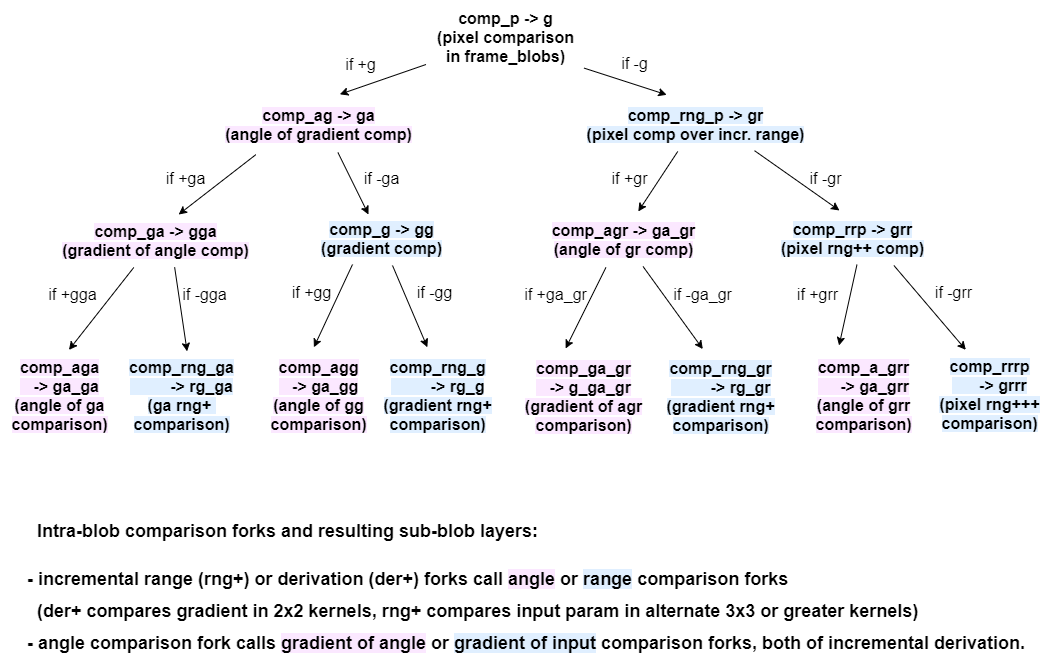
boris-kz/CogAlg keeps this draw.io diagram as frame_2D_alg/Illustrations/intra_blob_forking_scheme.png. Above is the earlier version. Source tidied: cells renumbered, new cells last; positions are measured from the earlier drawing's top-left corner, leaving out a move shared by most shapes.
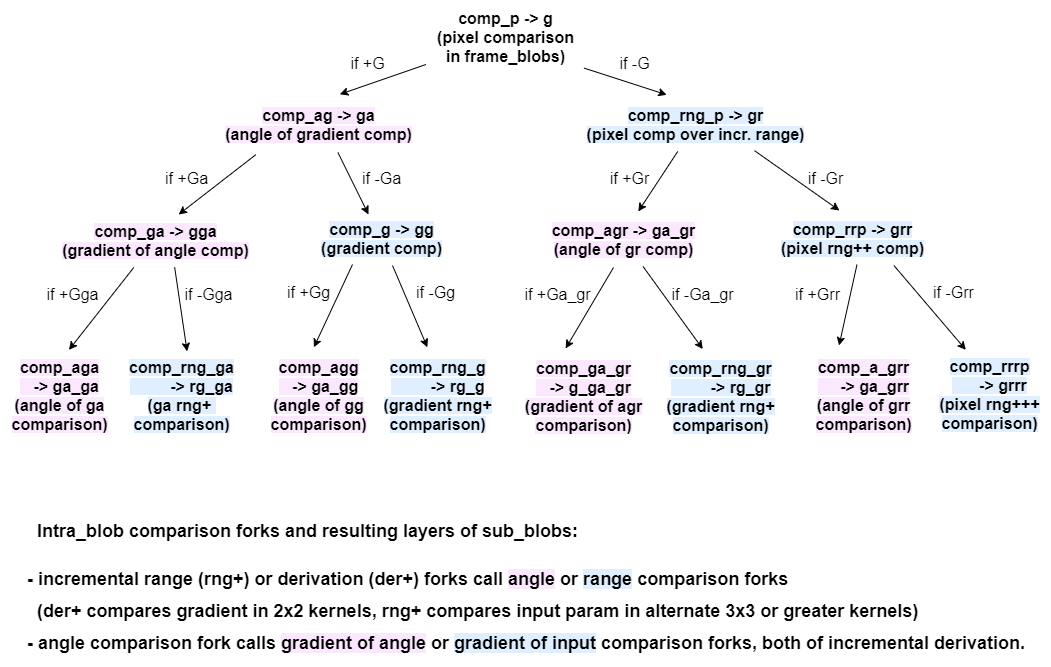
The same file after the commit.

Commit message:
reformed intra_blob, various

What changed in the source:
```diff
@@ -8,9 +8,9 @@
     <mxCell id="3" style="endArrow=classic;html=1;entryX=0.602;entryY=-0.059;entryDx=0;entryDy=0;entryPerimeter=0;strokeWidth=1;fontSize=16;fontColor=#000000;spacing=6;" parent="1" edge="1" source="2" target="7">
       <mxGeometry relative="1" as="geometry" />
     </mxCell>
-    <mxCell id="4" value="if +g" style="text;html=1;align=center;verticalAlign=middle;labelBackgroundColor=#ffffff;fontSize=16;fontColor=#000000;" parent="3" vertex="1">
+    <mxCell id="4" value="if +G" style="text;html=1;align=center;verticalAlign=middle;labelBackgroundColor=#ffffff;fontSize=16;fontColor=#000000;" parent="3" vertex="1">
       <mxGeometry x="-0.15" y="-1" relative="1" as="geometry">
-        <mxPoint x="-28.4" y="-12.7" as="offset" />
+        <mxPoint x="-21.9" y="-13.1" as="offset" />
       </mxGeometry>
     </mxCell>
     <mxCell id="5" style="endArrow=classic;html=1;entryX=0.38;entryY=-0.05;entryDx=0;entryDy=0;entryPerimeter=0;strokeWidth=1;fontSize=16;fontColor=#000000;spacing=6;exitX=0.994;exitY=0.926;exitDx=0;exitDy=0;exitPerimeter=0;" parent="1" edge="1" source="2" target="6">
@@ -68,8 +68,10 @@
     <mxCell id="21" style="endArrow=classic;html=1;strokeWidth=1;fontSize=16;fontColor=#000000;spacing=6;entryX=0.422;entryY=-0.022;entryDx=0;entryDy=0;entryPerimeter=0;" parent="1" edge="1" source="11" target="27">
       <mxGeometry relative="1" as="geometry" />
     </mxCell>
-    <mxCell id="22" style="endArrow=classic;html=1;strokeWidth=1;fontSize=16;fontColor=#000000;spacing=6;entryX=0.375;entryY=-0.022;entryDx=0;entryDy=0;entryPerimeter=0;exitX=0.394;exitY=1.019;exitDx=0;exitDy=0;exitPerimeter=0;" parent="1" edge="1" source="13" target="28">
-      <mxGeometry relative="1" as="geometry" />
+    <mxCell id="22" style="endArrow=classic;html=1;strokeWidth=1;fontSize=16;fontColor=#000000;spacing=6;entryX=0.375;entryY=-0.022;entryDx=0;entryDy=0;entryPerimeter=0;" parent="1" edge="1" target="28">
+      <mxGeometry relative="1" as="geometry">
+        <mxPoint x="613" y="267" as="sourcePoint" />
+      </mxGeometry>
     </mxCell>
     <mxCell id="23" style="endArrow=classic;html=1;strokeWidth=1;fontSize=16;fontColor=#000000;entryX=0.364;entryY=-0.013;entryDx=0;entryDy=0;entryPerimeter=0;spacing=6;" parent="1" edge="1" source="13" target="29">
       <mxGeometry relative="1" as="geometry" />
@@ -98,47 +100,47 @@
     <mxCell id="31" value="&lt;b style=&quot;font-size: 16px&quot;&gt;&lt;font style=&quot;font-size: 16px&quot;&gt;&lt;span style=&quot;background-color: rgb(224 , 239 , 255) ; font-size: 16px&quot;&gt;comp_rrrp&lt;br&gt;&amp;nbsp; &amp;nbsp; &amp;nbsp; -&amp;gt; grrr&lt;br style=&quot;font-size: 16px&quot;&gt;(pixel rng+++&lt;br&gt;comparison)&lt;br style=&quot;font-size: 16px&quot;&gt;&lt;/span&gt;&lt;br style=&quot;font-size: 16px&quot;&gt;&lt;/font&gt;&lt;/b&gt;" style="text;html=1;align=center;verticalAlign=middle;points=[];strokeWidth=1;fontSize=16;fontColor=#000000;spacing=6;" parent="1" vertex="1">
       <mxGeometry x="928" y="348.8" width="122" height="111" as="geometry" />
     </mxCell>
-    <mxCell id="32" value="&lt;p&gt;&lt;b style=&quot;font-size: 18px&quot;&gt;&lt;font style=&quot;font-size: 18px ; line-height: 180%&quot;&gt;&amp;nbsp; Intra-blob comparison forks and resulting sub-blob layers: &lt;/font&gt;&lt;/b&gt;&lt;/p&gt;&lt;b style=&quot;font-size: 18px&quot;&gt;&lt;font style=&quot;font-size: 18px ; line-height: 180%&quot;&gt;- incremental range (rng+) or derivation (der+) forks call&amp;nbsp;&lt;span style=&quot;background-color: rgb(251 , 232 , 255)&quot;&gt;angle&lt;/span&gt;&amp;nbsp;or&amp;nbsp;&lt;span style=&quot;background-color: rgb(224 , 239 , 255)&quot;&gt;range&lt;/span&gt;&lt;span style=&quot;background-color: rgb(255 , 255 , 255)&quot;&gt;&lt;span&gt;&amp;nbsp;comparison forks&lt;br&gt;&amp;nbsp; (der+ compares gradient in 2x2 kernels, rng+ compares input param in alternate 3x3 or greater kernels)&amp;nbsp;&lt;br&gt;&lt;/span&gt;&lt;/span&gt;- angle comparison fork calls&amp;nbsp;&lt;span style=&quot;background-color: rgb(251 , 232 , 255)&quot;&gt;gradient of angle&lt;/span&gt;&amp;nbsp;or&amp;nbsp;&lt;span style=&quot;background-color: rgb(224 , 239 , 255)&quot;&gt;gradient of input&lt;/span&gt;&amp;nbsp;comparison forks, both of incremental derivation.&lt;/font&gt;&lt;/b&gt;" style="text;html=1;align=left;verticalAlign=middle;fontSize=16;fontColor=#000000;spacing=6;" parent="1" vertex="1">
+    <mxCell id="32" value="&lt;p&gt;&lt;b style=&quot;font-size: 18px&quot;&gt;&lt;font style=&quot;font-size: 18px ; line-height: 180%&quot;&gt;&amp;nbsp; Intra_blob comparison forks and resulting layers of sub_blobs:&amp;nbsp;&lt;/font&gt;&lt;/b&gt;&lt;/p&gt;&lt;b style=&quot;font-size: 18px&quot;&gt;&lt;font style=&quot;font-size: 18px ; line-height: 180%&quot;&gt;- incremental range (rng+) or derivation (der+) forks call&amp;nbsp;&lt;span style=&quot;background-color: rgb(251 , 232 , 255)&quot;&gt;angle&lt;/span&gt;&amp;nbsp;or&amp;nbsp;&lt;span style=&quot;background-color: rgb(224 , 239 , 255)&quot;&gt;range&lt;/span&gt;&lt;span style=&quot;background-color: rgb(255 , 255 , 255)&quot;&gt;&lt;span&gt;&amp;nbsp;comparison forks&lt;br&gt;&amp;nbsp; (der+ compares gradient in 2x2 kernels, rng+ compares input param in alternate 3x3 or greater kernels)&amp;nbsp;&lt;br&gt;&lt;/span&gt;&lt;/span&gt;- angle comparison fork calls&amp;nbsp;&lt;span style=&quot;background-color: rgb(251 , 232 , 255)&quot;&gt;gradient of angle&lt;/span&gt;&amp;nbsp;or&amp;nbsp;&lt;span style=&quot;background-color: rgb(224 , 239 , 255)&quot;&gt;gradient of input&lt;/span&gt;&amp;nbsp;comparison forks, both of incremental derivation.&lt;/font&gt;&lt;/b&gt;" style="text;html=1;align=left;verticalAlign=middle;fontSize=16;fontColor=#000000;spacing=6;" parent="1" vertex="1">
       <mxGeometry x="21" y="490" width="1020" height="176" as="geometry" />
     </mxCell>
-    <mxCell id="33" value="if -g" style="text;html=1;align=center;verticalAlign=middle;fontSize=16;" parent="1" vertex="1">
-      <mxGeometry x="615" y="51" width="37" height="23" as="geometry" />
+    <mxCell id="33" value="if -G" style="text;html=1;align=center;verticalAlign=middle;fontSize=16;" parent="1" vertex="1">
+      <mxGeometry x="614" y="51" width="40" height="23" as="geometry" />
     </mxCell>
-    <mxCell id="34" value="if +ga" style="text;html=1;align=center;verticalAlign=middle;fontSize=16;" parent="1" vertex="1">
-      <mxGeometry x="160" y="166" width="50" height="23" as="geometry" />
+    <mxCell id="34" value="if +Ga" style="text;html=1;align=center;verticalAlign=middle;fontSize=16;" parent="1" vertex="1">
+      <mxGeometry x="159" y="166" width="53" height="23" as="geometry" />
     </mxCell>
-    <mxCell id="35" value="if -ga" style="text;html=1;align=center;verticalAlign=middle;fontSize=16;" parent="1" vertex="1">
-      <mxGeometry x="357.5" y="166" width="46" height="23" as="geometry" />
+    <mxCell id="35" value="if -Ga" style="text;html=1;align=center;verticalAlign=middle;fontSize=16;" parent="1" vertex="1">
+      <mxGeometry x="356.5" y="166" width="49" height="23" as="geometry" />
     </mxCell>
-    <mxCell id="36" value="if +gr" style="text;html=1;align=center;verticalAlign=middle;fontSize=16;" parent="1" vertex="1">
-      <mxGeometry x="606" y="166" width="46" height="23" as="geometry" />
+    <mxCell id="36" value="if +Gr" style="text;html=1;align=center;verticalAlign=middle;fontSize=16;" parent="1" vertex="1">
+      <mxGeometry x="604" y="166" width="50" height="23" as="geometry" />
     </mxCell>
-    <mxCell id="37" value="if -gr" style="text;html=1;align=center;verticalAlign=middle;fontSize=16;" parent="1" vertex="1">
-      <mxGeometry x="804" y="166" width="42" height="23" as="geometry" />
+    <mxCell id="37" value="if -Gr" style="text;html=1;align=center;verticalAlign=middle;fontSize=16;" parent="1" vertex="1">
+      <mxGeometry x="802" y="166" width="46" height="23" as="geometry" />
     </mxCell>
-    <mxCell id="38" value="if +gga" style="text;html=1;align=center;verticalAlign=middle;fontSize=16;" parent="1" vertex="1">
-      <mxGeometry x="43" y="282" width="58" height="23" as="geometry" />
+    <mxCell id="38" value="if +Gga" style="text;html=1;align=center;verticalAlign=middle;fontSize=16;" parent="1" vertex="1">
+      <mxGeometry x="41" y="282" width="62" height="23" as="geometry" />
     </mxCell>
-    <mxCell id="39" value="if -gga" style="text;html=1;align=center;verticalAlign=middle;fontSize=16;" parent="1" vertex="1">
-      <mxGeometry x="177" y="282" width="54" height="23" as="geometry" />
+    <mxCell id="39" value="if -Gga" style="text;html=1;align=center;verticalAlign=middle;fontSize=16;" parent="1" vertex="1">
+      <mxGeometry x="179" y="282" width="58" height="23" as="geometry" />
     </mxCell>
-    <mxCell id="40" value="if +gg" style="text;html=1;align=center;verticalAlign=middle;fontSize=16;" parent="1" vertex="1">
-      <mxGeometry x="286" y="280" width="50" height="23" as="geometry" />
+    <mxCell id="40" value="if +Gg" style="text;html=1;align=center;verticalAlign=middle;fontSize=16;" parent="1" vertex="1">
+      <mxGeometry x="281" y="280" width="53" height="23" as="geometry" />
     </mxCell>
-    <mxCell id="41" value="if -gg" style="text;html=1;align=center;verticalAlign=middle;fontSize=16;" parent="1" vertex="1">
-      <mxGeometry x="411" y="280" width="46" height="23" as="geometry" />
+    <mxCell id="41" value="if -Gg" style="text;html=1;align=center;verticalAlign=middle;fontSize=16;" parent="1" vertex="1">
+      <mxGeometry x="410" y="280" width="49" height="23" as="geometry" />
     </mxCell>
-    <mxCell id="42" value="if +ga_gr" style="text;html=1;align=center;verticalAlign=middle;fontSize=16;" parent="1" vertex="1">
-      <mxGeometry x="518" y="282" width="73" height="23" as="geometry" />
+    <mxCell id="42" value="if +Ga_gr" style="text;html=1;align=center;verticalAlign=middle;fontSize=16;" parent="1" vertex="1">
+      <mxGeometry x="519" y="282" width="76" height="23" as="geometry" />
     </mxCell>
-    <mxCell id="43" value="if -ga_gr" style="text;html=1;align=center;verticalAlign=middle;fontSize=16;" parent="1" vertex="1">
-      <mxGeometry x="667" y="282" width="69" height="23" as="geometry" />
+    <mxCell id="43" value="if -Ga_gr" style="text;html=1;align=center;verticalAlign=middle;fontSize=16;" parent="1" vertex="1">
+      <mxGeometry x="666" y="282" width="72" height="23" as="geometry" />
     </mxCell>
-    <mxCell id="44" value="if +grr" style="text;html=1;align=center;verticalAlign=middle;fontSize=16;" parent="1" vertex="1">
-      <mxGeometry x="791.5" y="282" width="51" height="23" as="geometry" />
+    <mxCell id="44" value="if +Grr" style="text;html=1;align=center;verticalAlign=middle;fontSize=16;" parent="1" vertex="1">
+      <mxGeometry x="789.5" y="282" width="55" height="23" as="geometry" />
     </mxCell>
-    <mxCell id="45" value="if -grr" style="text;html=1;align=center;verticalAlign=middle;fontSize=16;" parent="1" vertex="1">
-      <mxGeometry x="929" y="280" width="47" height="23" as="geometry" />
+    <mxCell id="45" value="if -Grr" style="text;html=1;align=center;verticalAlign=middle;fontSize=16;" parent="1" vertex="1">
+      <mxGeometry x="927" y="280" width="51" height="23" as="geometry" />
     </mxCell>
   </root>
 </mxGraphModel>
```
